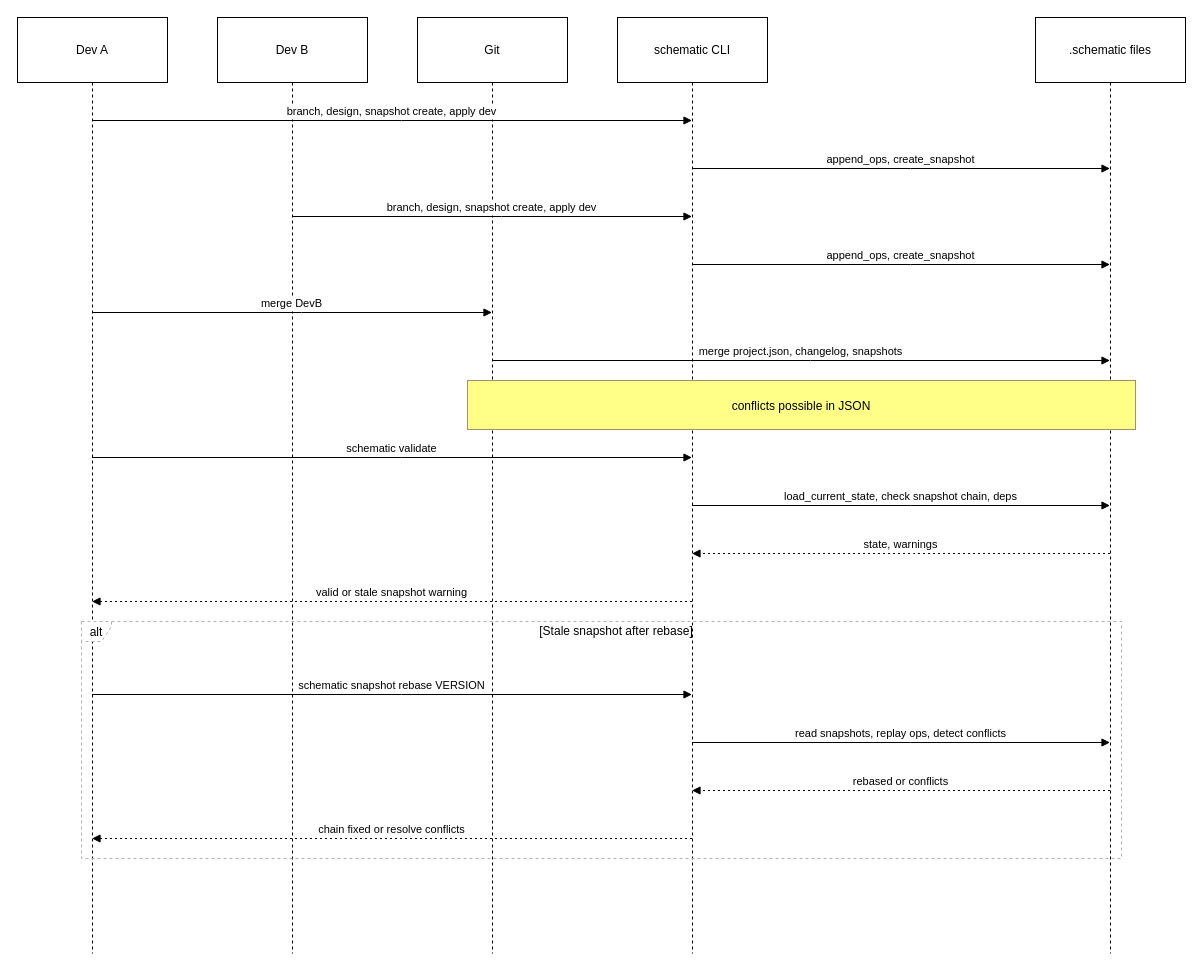
Above: page "Rebase Flow / Conflict" (3 of 5) of docs/schematic-wrokflows.drawio in vb-dbrks/schemax (draw.io), before the change. Source tidied: cells renumbered, new cells numbered last; positions are measured from the earlier drawing's top-left corner, leaving out a move shared by most shapes. Both pictures are drawn from the tidied source at 100%, with x=0, y=0 at pixel (17, 17).
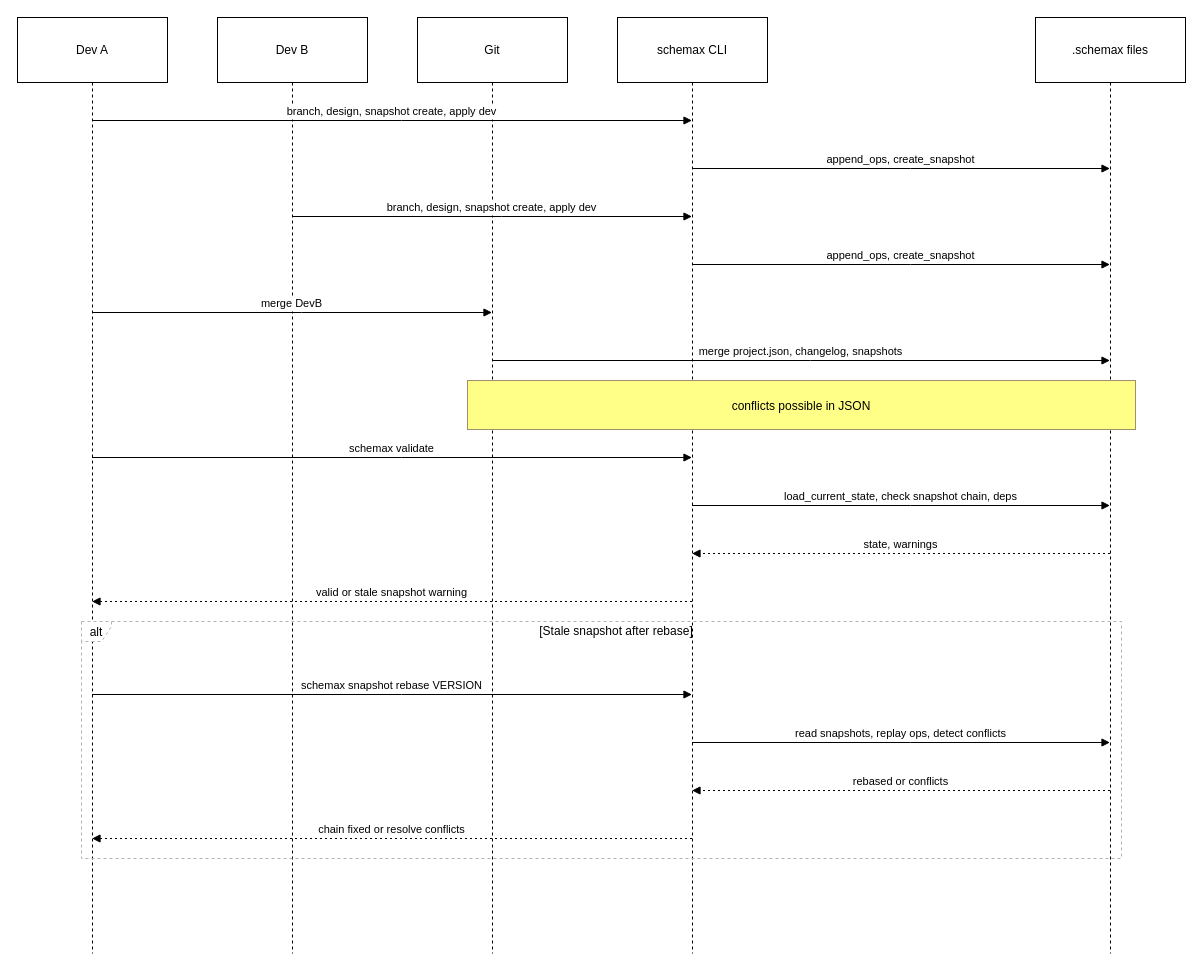
The same page after the edit.

The change refers to these unchanged cells:
```xml
<mxCell id="2" value="Dev A" style="shape=umlLifeline;perimeter=lifelinePerimeter;whiteSpace=wrap;outlineConnect=0;portConstraint=eastwest;newEdgeStyle={&quot;edgeStyle&quot;:&quot;elbowEdgeStyle&quot;,&quot;elbow&quot;:&quot;vertical&quot;,&quot;curved&quot;:0,&quot;rounded&quot;:0};size=65;" parent="1" vertex="1">
  <mxGeometry width="150" height="936" as="geometry" />
</mxCell>
```

What changed in the source:
```diff
@@
-    <mxCell id="5" value="schematic CLI" style="shape=umlLifeline;perimeter=lifelinePerimeter;whiteSpace=wrap;outlineConnect=0;portConstraint=eastwest;newEdgeStyle={&quot;edgeStyle&quot;:&quot;elbowEdgeStyle&quot;,&quot;elbow&quot;:&quot;vertical&quot;,&quot;curved&quot;:0,&quot;rounded&quot;:0};size=65;" parent="1" vertex="1">
+    <mxCell id="5" value="schemax CLI" style="shape=umlLifeline;perimeter=lifelinePerimeter;whiteSpace=wrap;outlineConnect=0;portConstraint=eastwest;newEdgeStyle={&quot;edgeStyle&quot;:&quot;elbowEdgeStyle&quot;,&quot;elbow&quot;:&quot;vertical&quot;,&quot;curved&quot;:0,&quot;rounded&quot;:0};size=65;" parent="1" vertex="1">
       <mxGeometry x="600" width="150" height="936" as="geometry" />
     </mxCell>
-    <mxCell id="6" value=".schematic files" style="shape=umlLifeline;perimeter=lifelinePerimeter;whiteSpace=wrap;outlineConnect=0;portConstraint=eastwest;newEdgeStyle={&quot;edgeStyle&quot;:&quot;elbowEdgeStyle&quot;,&quot;elbow&quot;:&quot;vertical&quot;,&quot;curved&quot;:0,&quot;rounded&quot;:0};size=65;" parent="1" vertex="1">
+    <mxCell id="6" value=".schemax files" style="shape=umlLifeline;perimeter=lifelinePerimeter;whiteSpace=wrap;outlineConnect=0;portConstraint=eastwest;newEdgeStyle={&quot;edgeStyle&quot;:&quot;elbowEdgeStyle&quot;,&quot;elbow&quot;:&quot;vertical&quot;,&quot;curved&quot;:0,&quot;rounded&quot;:0};size=65;" parent="1" vertex="1">
       <mxGeometry x="1018" width="150" height="936" as="geometry" />
     </mxCell>
@@
-    <mxCell id="15" value="schematic validate" style="verticalAlign=bottom;edgeStyle=elbowEdgeStyle;elbow=vertical;curved=0;rounded=0;endArrow=block;" parent="1" edge="1" source="2" target="5">
+    <mxCell id="15" value="schemax validate" style="verticalAlign=bottom;edgeStyle=elbowEdgeStyle;elbow=vertical;curved=0;rounded=0;endArrow=block;" parent="1" edge="1" source="2" target="5">
       <mxGeometry relative="1" as="geometry">
         <Array as="points">
           <mxPoint x="384" y="440" />
         </Array>
       </mxGeometry>
     </mxCell>
@@
-    <mxCell id="19" value="schematic snapshot rebase VERSION" style="verticalAlign=bottom;edgeStyle=elbowEdgeStyle;elbow=vertical;curved=0;rounded=0;endArrow=block;" parent="1" edge="1" source="2" target="5">
+    <mxCell id="19" value="schemax snapshot rebase VERSION" style="verticalAlign=bottom;edgeStyle=elbowEdgeStyle;elbow=vertical;curved=0;rounded=0;endArrow=block;" parent="1" edge="1" source="2" target="5">
       <mxGeometry relative="1" as="geometry">
         <Array as="points">
           <mxPoint x="384" y="677" />
         </Array>
       </mxGeometry>
     </mxCell>
```
